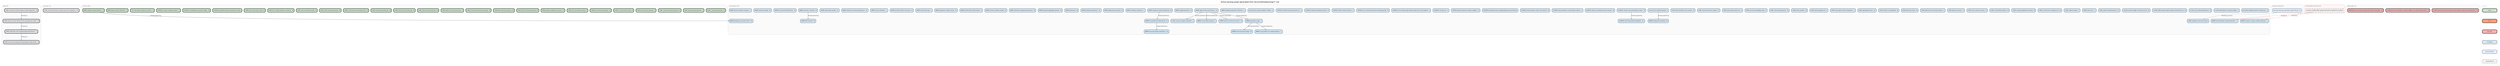
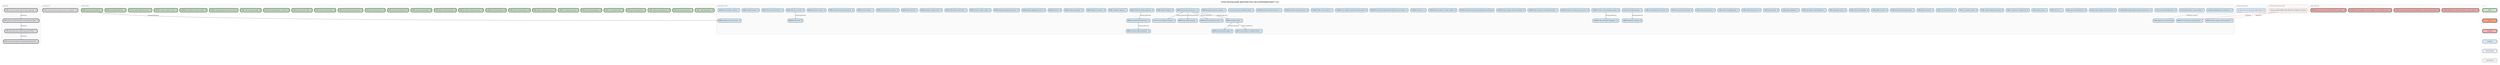
digraph backlog {
  rankdir=TB
  fontname="Helvetica"
  label="Active backlog graph generated from docs/method/backlog/*/*.md"
  labelloc=t
  fontsize=12
  node [shape=box style="rounded,filled" fontname="Helvetica" fontsize=8 margin="0.1,0.05" height=0.35]
  edge [color="#666666" arrowsize=0.5 fontname="Helvetica" fontsize=7]
  newrank=true
  ranksep=0.55
  nodesep=0.2

  subgraph cluster_asap {
    label="asap (4)" labeljust=l fontsize=9 fontcolor="#555555"
    style=rounded color="#cccccc" bgcolor="#fafafa"
    asap_CORE_graft_fake_echo_shaped_typescript_witness [label="CORE-graft-fake-echo-shaped-typescript-witness - L" fillcolor="#E5E7EB" penwidth=2]
    asap_CORE_graft_structural_history_echo_package_descriptor [label="CORE-graft-structural-history-echo-package-descriptor - M" fillcolor="#E5E7EB" penwidth=2]
    asap_CORE_structural_history_evidence_label_alignment [label="CORE-structural-history-evidence-label-alignment - M" fillcolor="#E5E7EB" penwidth=2]
    asap_CORE_structural_reading_port_generated_model_parity [label="CORE-structural-reading-port-generated-model-parity - L" fillcolor="#E5E7EB" penwidth=2]
  }

  subgraph cluster_up_next {
    label="up-next (1)" labeljust=l fontsize=9 fontcolor="#555555"
    style=rounded color="#cccccc" bgcolor="#fafafa"
    up_next_CORE_structural_history_schema_and_echo_migration [label="CORE-structural-history-schema-and-echo-migration - XL" fillcolor="#E5E7EB" penwidth=2]
  }

  subgraph cluster_v0_8_0 {
    label="v0.8.0 (26)" labeljust=l fontsize=9 fontcolor="#555555"
    style=rounded color="#cccccc" bgcolor="#fafafa"
    v0_8_0_CORE_c_structural_parsing [label="CORE-c-structural-parsing - M" fillcolor="#C8E6C9" penwidth=2]
    v0_8_0_CORE_cpp_structural_parsing [label="CORE-cpp-structural-parsing - L" fillcolor="#C8E6C9" penwidth=2]
    v0_8_0_CORE_csharp_structural_parsing [label="CORE-csharp-structural-parsing - M" fillcolor="#C8E6C9" penwidth=2]
    v0_8_0_CORE_go_structural_parsing [label="CORE-go-structural-parsing - S" fillcolor="#C8E6C9" penwidth=2]
    v0_8_0_CORE_hcl_structured_config [label="CORE-hcl-structured-config - M" fillcolor="#C8E6C9" penwidth=2]
    v0_8_0_CORE_java_structural_parsing [label="CORE-java-structural-parsing - M" fillcolor="#C8E6C9" penwidth=2]
    v0_8_0_CORE_json_structured_config [label="CORE-json-structured-config - S" fillcolor="#C8E6C9" penwidth=2]
    v0_8_0_CORE_jupyter_notebook_structure [label="CORE-jupyter-notebook-structure - M" fillcolor="#C8E6C9" penwidth=2]
    v0_8_0_CORE_kotlin_structural_parsing [label="CORE-kotlin-structural-parsing - M" fillcolor="#C8E6C9" penwidth=2]
    v0_8_0_CORE_php_structural_parsing [label="CORE-php-structural-parsing - M" fillcolor="#C8E6C9" penwidth=2]
    v0_8_0_CORE_pr_review_structural_summary [label="CORE-pr-review-structural-summary - M" fillcolor="#C8E6C9" penwidth=2]
    v0_8_0_CORE_python_structural_parsing [label="CORE-python-structural-parsing - S" fillcolor="#C8E6C9" penwidth=2]
    v0_8_0_CORE_ruby_structural_parsing [label="CORE-ruby-structural-parsing - M" fillcolor="#C8E6C9" penwidth=2]
    v0_8_0_CORE_shell_structural_parsing [label="CORE-shell-structural-parsing - M" fillcolor="#C8E6C9" penwidth=2]
    v0_8_0_CORE_sql_structural_parsing [label="CORE-sql-structural-parsing - M" fillcolor="#C8E6C9" penwidth=2]
    v0_8_0_CORE_structural_test_coverage_map [label="CORE-structural-test-coverage-map - M" fillcolor="#C8E6C9" penwidth=2]
    v0_8_0_CORE_swift_structural_parsing [label="CORE-swift-structural-parsing - M" fillcolor="#C8E6C9" penwidth=2]
    v0_8_0_CORE_toml_structured_config [label="CORE-toml-structured-config - S" fillcolor="#C8E6C9" penwidth=2]
    v0_8_0_CORE_tool_context_injection_contracts [label="CORE-tool-context-injection-contracts - M" fillcolor="#C8E6C9" penwidth=2]
    v0_8_0_CORE_yaml_structured_config [label="CORE-yaml-structured-config - M" fillcolor="#C8E6C9" penwidth=2]
    v0_8_0_SURFACE_git_graft_enhance_provenance_hints [label="SURFACE-git-graft-enhance-provenance-hints" fillcolor="#C8E6C9" penwidth=2]
    v0_8_0_SURFACE_pr_feedback_resolution_ledger [label="SURFACE-pr-feedback-resolution-ledger - M" fillcolor="#C8E6C9" penwidth=2]
    v0_8_0_SURFACE_review_cooldown_status [label="SURFACE-review-cooldown-status - S" fillcolor="#C8E6C9" penwidth=2]
    v0_8_0_TEST_bounded_subprocess_policy [label="TEST-bounded-subprocess-policy - S" fillcolor="#C8E6C9" penwidth=2]
    v0_8_0_WARP_dead_symbol_detection [label="WARP-dead-symbol-detection - S" fillcolor="#C8E6C9" penwidth=2]
    v0_8_0_WARP_symbol_history_timeline [label="WARP-symbol-history-timeline - S" fillcolor="#C8E6C9" penwidth=2]
  }

  subgraph cluster_bad_code {
-     label="bad-code (3)" labeljust=l fontsize=9 fontcolor="#555555"
+     label="bad-code (4)" labeljust=l fontsize=9 fontcolor="#555555"
    style=rounded color="#cccccc" bgcolor="#fafafa"
+     bad_code_CLEAN_method_close_timeout_produces_no_retro_artifact [label="CLEAN-method-close-timeout-produces-no-retro-artifact - M" fillcolor="#F6B3B3" penwidth=2]
    bad_code_CLEAN_remaining_structural_warp_reads_bypass_structural_reading_port [label="CLEAN-remaining-structural-warp-reads-bypass-structural-reading-port - M" fillcolor="#F6B3B3" penwidth=2]
    bad_code_CLEAN_technical_teardown_contract_ledger_can_stale_without_tests [label="CLEAN-technical-teardown-contract-ledger-can-stale-without-tests - M" fillcolor="#F6B3B3" penwidth=2]
    bad_code_WARP_bijou_local_history_stale_after_branch_transition [label="WARP-bijou-local-history-stale-after-branch-transition - M" fillcolor="#F6B3B3" penwidth=2]
  }

  subgraph cluster_cool_ideas {
    label="Cool Ideas (76)" labeljust=l fontsize=9 fontcolor="#555555"
    style=rounded color="#cccccc" bgcolor="#fafafa"
    cool_ideas_bounded_neighborhood_for_references [label="bounded-neighborhood-for-references - S" fillcolor="#D4E8F7" penwidth=1]
    cool_ideas_CI_001_causal_collapse_visualizer [label="CI-001-causal-collapse-visualizer - L" fillcolor="#D4E8F7" penwidth=1]
    cool_ideas_CI_002_deterministic_scenario_replay [label="CI-002-deterministic-scenario-replay - L" fillcolor="#D4E8F7" penwidth=1]
    cool_ideas_CI_003_mcp_native_diff_protocol [label="CI-003-mcp-native-diff-protocol - M" fillcolor="#D4E8F7" penwidth=1]
    cool_ideas_CLEAN_CODE_parallel_agent_merge_shared_file_loss [label="CLEAN-CODE-parallel-agent-merge-shared-file-loss - M" fillcolor="#D4E8F7" penwidth=1]
    cool_ideas_CLEAN_contract_ledger_schema_and_lint [label="CLEAN-contract-ledger-schema-and-lint - M" fillcolor="#D4E8F7" penwidth=1]
    cool_ideas_CORE_agent_handoff_protocol [label="CORE-agent-handoff-protocol - M" fillcolor="#D4E8F7" penwidth=1]
    cool_ideas_CORE_auto_focus [label="CORE-auto-focus - L" fillcolor="#D4E8F7" penwidth=1]
    cool_ideas_CORE_capture_range [label="CORE-capture-range - S" fillcolor="#D4E8F7" penwidth=1]
    cool_ideas_CORE_constructor_in_disguise_lint [label="CORE-constructor-in-disguise-lint - M" fillcolor="#D4E8F7" penwidth=1]
    cool_ideas_CORE_context_budget_forecasting [label="CORE-context-budget-forecasting - M" fillcolor="#D4E8F7" penwidth=1]
    cool_ideas_CORE_conversation_primer [label="CORE-conversation-primer - M" fillcolor="#D4E8F7" penwidth=1]
    cool_ideas_CORE_cross_session_resume [label="CORE-cross-session-resume - S" fillcolor="#D4E8F7" penwidth=1]
    cool_ideas_CORE_graft_as_teacher [label="CORE-graft-as-teacher - S" fillcolor="#D4E8F7" penwidth=1]
    cool_ideas_CORE_graft_teach_learning_receipts [label="CORE-graft-teach-learning-receipts - S" fillcolor="#D4E8F7" penwidth=1]
    cool_ideas_CORE_graft_tool_client [label="CORE-graft-tool-client - M" fillcolor="#D4E8F7" penwidth=1]
    cool_ideas_CORE_horizon_of_readability [label="CORE-horizon-of-readability - M" fillcolor="#D4E8F7" penwidth=1]
    cool_ideas_CORE_lagrangian_policy [label="CORE-lagrangian-policy - XL" fillcolor="#D4E8F7" penwidth=1]
    cool_ideas_CORE_migrate_to_slice_first_reads [label="CORE-migrate-to-slice-first-reads" fillcolor="#D4E8F7" penwidth=1]
    cool_ideas_CORE_multi_agent_conflict_detection [label="CORE-multi-agent-conflict-detection - L" fillcolor="#D4E8F7" penwidth=1]
    cool_ideas_CORE_policy_playground [label="CORE-policy-playground - S" fillcolor="#D4E8F7" penwidth=1]
    cool_ideas_CORE_policy_profiles [label="CORE-policy-profiles - M" fillcolor="#D4E8F7" penwidth=1]
    cool_ideas_CORE_self_tuning_governor [label="CORE-self-tuning-governor - M" fillcolor="#D4E8F7" penwidth=1]
    cool_ideas_CORE_session_knowledge_map [label="CORE-session-knowledge-map - S" fillcolor="#D4E8F7" penwidth=1]
    cool_ideas_CORE_speculative_read_cost [label="CORE-speculative-read-cost - S" fillcolor="#D4E8F7" penwidth=1]
    cool_ideas_CORE_structural_session_replay [label="CORE-structural-session-replay - M" fillcolor="#D4E8F7" penwidth=1]
    cool_ideas_CORE_wire_primitives_into_runtime [label="CORE-wire-primitives-into-runtime - M" fillcolor="#D4E8F7" penwidth=1]
    cool_ideas_monitor_tick_ceiling_tracking [label="monitor-tick-ceiling-tracking - S" fillcolor="#D4E8F7" penwidth=1]
    cool_ideas_SURFACE_active_causal_workspace_status [label="SURFACE-active-causal-workspace-status - M" fillcolor="#D4E8F7" penwidth=1]
    cool_ideas_SURFACE_attach_to_existing_causal_session [label="SURFACE-attach-to-existing-causal-session - M" fillcolor="#D4E8F7" penwidth=1]
    cool_ideas_SURFACE_bijou_daemon_control_plane_actions [label="SURFACE-bijou-daemon-control-plane-actions - L" fillcolor="#D4E8F7" penwidth=1]
    cool_ideas_SURFACE_bijou_daemon_status_live_refresh [label="SURFACE-bijou-daemon-status-live-refresh - M" fillcolor="#D4E8F7" penwidth=1]
    cool_ideas_SURFACE_git_graft_enhance_expanded_git_subcommands [label="SURFACE-git-graft-enhance-expanded-git-subcommands" fillcolor="#D4E8F7" penwidth=1]
    cool_ideas_SURFACE_graft_review_pr_number_adapter [label="SURFACE-graft-review-pr-number-adapter - M" fillcolor="#D4E8F7" penwidth=1]
    cool_ideas_SURFACE_ide_native_graft_integration [label="SURFACE-ide-native-graft-integration - XL" fillcolor="#D4E8F7" penwidth=1]
    cool_ideas_SURFACE_init_dry_run [label="SURFACE-init-dry-run - S" fillcolor="#D4E8F7" penwidth=1]
    cool_ideas_SURFACE_local_history_dag_render_mode_and_count_legend [label="SURFACE-local-history-dag-render-mode-and-count-legend - S" fillcolor="#D4E8F7" penwidth=1]
    cool_ideas_SURFACE_non_codex_instruction_bootstrap_parity [label="SURFACE-non-codex-instruction-bootstrap-parity - M" fillcolor="#D4E8F7" penwidth=1]
    cool_ideas_SURFACE_offer_rename_refactor [label="SURFACE-offer-rename-refactor - L" fillcolor="#D4E8F7" penwidth=1]
    cool_ideas_SURFACE_opened_workspace_paths [label="SURFACE-opened-workspace-paths - M" fillcolor="#D4E8F7" penwidth=1]
    cool_ideas_SURFACE_terminal_activity_browser_tui [label="SURFACE-terminal-activity-browser-tui - L" fillcolor="#D4E8F7" penwidth=1]
    cool_ideas_traverse_plus_query_hydration_helper [label="traverse-plus-query-hydration-helper - S" fillcolor="#D4E8F7" penwidth=1]
    cool_ideas_WARP_adaptive_projection_selection [label="WARP-adaptive-projection-selection - L" fillcolor="#D4E8F7" penwidth=1]
    cool_ideas_WARP_agent_action_provenance [label="WARP-agent-action-provenance - XL" fillcolor="#D4E8F7" penwidth=1]
    cool_ideas_WARP_auto_breaking_change_detection [label="WARP-auto-breaking-change-detection - L" fillcolor="#D4E8F7" penwidth=1]
    cool_ideas_WARP_background_indexing [label="WARP-background-indexing - M" fillcolor="#D4E8F7" penwidth=1]
    cool_ideas_WARP_budget_elasticity [label="WARP-budget-elasticity - M" fillcolor="#D4E8F7" penwidth=1]
    cool_ideas_WARP_causal_blame_for_staged_artifacts [label="WARP-causal-blame-for-staged-artifacts - L" fillcolor="#D4E8F7" penwidth=1]
    cool_ideas_WARP_causal_write_tracking [label="WARP-causal-write-tracking - L" fillcolor="#D4E8F7" penwidth=1]
    cool_ideas_WARP_codebase_entropy_trajectory [label="WARP-codebase-entropy-trajectory - M" fillcolor="#D4E8F7" penwidth=1]
    cool_ideas_WARP_codebase_signature [label="WARP-codebase-signature - L" fillcolor="#D4E8F7" penwidth=1]
    cool_ideas_WARP_counterfactual_refactoring [label="WARP-counterfactual-refactoring - XL" fillcolor="#D4E8F7" penwidth=1]
    cool_ideas_WARP_degeneracy_warning [label="WARP-degeneracy-warning - M" fillcolor="#D4E8F7" penwidth=1]
    cool_ideas_WARP_drift_sentinel [label="WARP-drift-sentinel - M" fillcolor="#D4E8F7" penwidth=1]
    cool_ideas_WARP_footprint_parallelism [label="WARP-footprint-parallelism - XL" fillcolor="#D4E8F7" penwidth=1]
    cool_ideas_WARP_graft_pack [label="WARP-graft-pack - M" fillcolor="#D4E8F7" penwidth=1]
    cool_ideas_WARP_grouped_aggregate_queries [label="WARP-grouped-aggregate-queries - M" fillcolor="#D4E8F7" penwidth=1]
    cool_ideas_WARP_intent_and_decision_events [label="WARP-intent-and-decision-events - M" fillcolor="#D4E8F7" penwidth=1]
    cool_ideas_WARP_intentional_degeneracy_privacy [label="WARP-intentional-degeneracy-privacy - M" fillcolor="#D4E8F7" penwidth=1]
    cool_ideas_WARP_minimum_viable_context [label="WARP-minimum-viable-context - M" fillcolor="#D4E8F7" penwidth=1]
    cool_ideas_WARP_outline_diff_commit_trailer [label="WARP-outline-diff-commit-trailer - S" fillcolor="#D4E8F7" penwidth=1]
    cool_ideas_WARP_projection_safety_classes [label="WARP-projection-safety-classes - M" fillcolor="#D4E8F7" penwidth=1]
    cool_ideas_WARP_provenance_dag [label="WARP-provenance-dag - L" fillcolor="#D4E8F7" penwidth=1]
    cool_ideas_WARP_reasoning_trace_replay [label="WARP-reasoning-trace-replay - M" fillcolor="#D4E8F7" penwidth=1]
    cool_ideas_WARP_rulial_heat_map [label="WARP-rulial-heat-map - L" fillcolor="#D4E8F7" penwidth=1]
    cool_ideas_WARP_semantic_drift_in_sessions [label="WARP-semantic-drift-in-sessions - M" fillcolor="#D4E8F7" penwidth=1]
    cool_ideas_WARP_semantic_merge_conflict_prediction [label="WARP-semantic-merge-conflict-prediction - L" fillcolor="#D4E8F7" penwidth=1]
    cool_ideas_WARP_session_filtration [label="WARP-session-filtration - L" fillcolor="#D4E8F7" penwidth=1]
    cool_ideas_WARP_shadow_structural_workspaces [label="WARP-shadow-structural-workspaces - XL" fillcolor="#D4E8F7" penwidth=1]
    cool_ideas_WARP_speculative_merge [label="WARP-speculative-merge - XL" fillcolor="#D4E8F7" penwidth=1]
    cool_ideas_WARP_stale_docs_checker [label="WARP-stale-docs-checker - M" fillcolor="#D4E8F7" penwidth=1]
    cool_ideas_WARP_structural_drift_detection [label="WARP-structural-drift-detection - M" fillcolor="#D4E8F7" penwidth=1]
    cool_ideas_WARP_structural_impact_prediction [label="WARP-structural-impact-prediction - XL" fillcolor="#D4E8F7" penwidth=1]
    cool_ideas_WARP_symbol_heatmap [label="WARP-symbol-heatmap - M" fillcolor="#D4E8F7" penwidth=1]
    cool_ideas_WARP_technical_debt_curvature [label="WARP-technical-debt-curvature - L" fillcolor="#D4E8F7" penwidth=1]
    cool_ideas_WARP_temporal_structural_search [label="WARP-temporal-structural-search - M" fillcolor="#D4E8F7" penwidth=1]
  }

  subgraph cluster_external {
    label="External blockers" labeljust=l fontsize=9 fontcolor="#555555"
    style=rounded color="#cccccc" bgcolor="#f8fbff"
    external_git_warp_observer_geometry_ladder__Rung_2_4_ [label="git-warp observer geometry ladder (Rung 2-4)" fillcolor="#E8F2FF" penwidth=1]
  }

  subgraph cluster_unresolved {
    label="Unresolved internal refs" labeljust=l fontsize=9 fontcolor="#555555"
    style="rounded,dashed" color="#cc3333" bgcolor="#fff7f7"
    unresolved_CLEAN_CODE_export_diff_semver_signature_as_patch [label="missing: CLEAN_CODE_export-diff-semver-signature-as-patch" fillcolor="#F2F2F2" penwidth=1 style="rounded,dashed,filled"]
  }

  asap_CORE_graft_fake_echo_shaped_typescript_witness -> asap_CORE_structural_reading_port_generated_model_parity [label="blocked_by"]
  asap_CORE_graft_structural_history_echo_package_descriptor -> asap_CORE_graft_fake_echo_shaped_typescript_witness [label="blocked_by"]
  asap_CORE_structural_history_evidence_label_alignment -> asap_CORE_graft_structural_history_echo_package_descriptor [label="blocked_by"]
  cool_ideas_monitor_tick_ceiling_tracking -> cool_ideas_WARP_background_indexing [label="blocked_by/blocking"]
  cool_ideas_SURFACE_active_causal_workspace_status -> cool_ideas_SURFACE_ide_native_graft_integration [label="blocked_by/blocking"]
  cool_ideas_WARP_agent_action_provenance -> cool_ideas_CI_001_causal_collapse_visualizer [label="blocked_by/blocking"]
  cool_ideas_WARP_agent_action_provenance -> cool_ideas_WARP_causal_write_tracking [label="blocked_by/blocking"]
  cool_ideas_WARP_agent_action_provenance -> cool_ideas_WARP_intent_and_decision_events [label="blocked_by/blocking"]
  cool_ideas_WARP_agent_action_provenance -> cool_ideas_WARP_provenance_dag [label="blocked_by/blocking"]
  cool_ideas_WARP_codebase_entropy_trajectory -> cool_ideas_WARP_counterfactual_refactoring [label="blocked_by/blocking"]
  cool_ideas_WARP_counterfactual_refactoring -> cool_ideas_WARP_structural_impact_prediction [label="blocked_by/blocking"]
  cool_ideas_WARP_provenance_dag -> cool_ideas_WARP_causal_blame_for_staged_artifacts [label="blocked_by/blocking"]
  cool_ideas_WARP_provenance_dag -> cool_ideas_WARP_reasoning_trace_replay [label="blocked_by/blocking"]
  cool_ideas_WARP_stale_docs_checker -> cool_ideas_WARP_drift_sentinel [label="blocked_by/blocking"]
  external_git_warp_observer_geometry_ladder__Rung_2_4_ -> cool_ideas_CORE_migrate_to_slice_first_reads [label="blocked_by_external" style=dashed color="#4477AA"]
  unresolved_CLEAN_CODE_export_diff_semver_signature_as_patch -> cool_ideas_WARP_auto_breaking_change_detection [label="blocked_by" style=dashed color="#CC3333"]
  unresolved_CLEAN_CODE_export_diff_semver_signature_as_patch -> cool_ideas_WARP_semantic_merge_conflict_prediction [label="blocked_by" style=dashed color="#CC3333"]
  v0_8_0_WARP_symbol_history_timeline -> cool_ideas_WARP_temporal_structural_search [label="blocked_by/blocking"]

  subgraph cluster_legend {
    label="Legend" labeljust=l fontsize=8 fontcolor="#aaaaaa"
    style=rounded color="#dddddd"
    node [fontsize=7 width=1.4]
    leg_v08 [label="v0.8.0" fillcolor="#C8E6C9" penwidth=2]
    leg_v07 [label="v0.7.0" fillcolor="#FFA07A" penwidth=2]
    leg_bad [label="bad-code" fillcolor="#F6B3B3" penwidth=2]
    leg_idea [label="cool-ideas" fillcolor="#D4E8F7" penwidth=1]
    leg_external [label="external blocker" fillcolor="#E8F2FF" penwidth=1]
    leg_unresolved [label="unresolved ref" fillcolor="#F2F2F2" penwidth=1 style="rounded,dashed,filled"]
    leg_v08 -> leg_v07 [style=invis]
    leg_v07 -> leg_bad [style=invis]
    leg_bad -> leg_idea [style=invis]
    leg_idea -> leg_external [style=invis]
    leg_external -> leg_unresolved [style=invis]
  }
}
